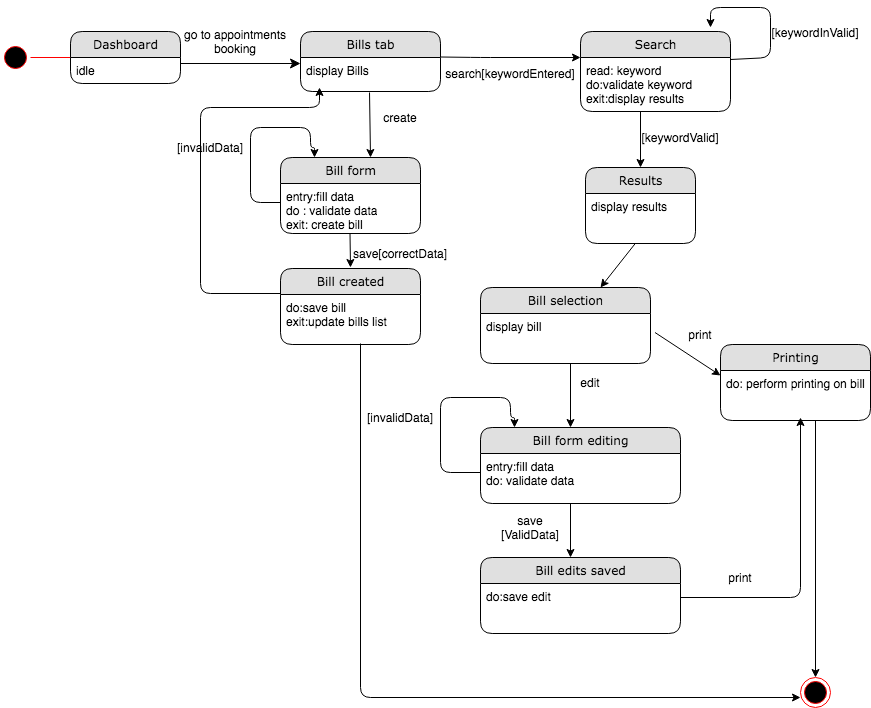
Earlier version of the draw.io export Diagrams/State Chart Diagrams FINAL/ST_31_32_33_34 GENERATE,CREATE,EDIT,PRINT BILL.png (kkasharaj17/SE-project). Source tidied: cells renumbered, new cells last; positions are measured from the earlier drawing's top-left corner, leaving out a move shared by most shapes.
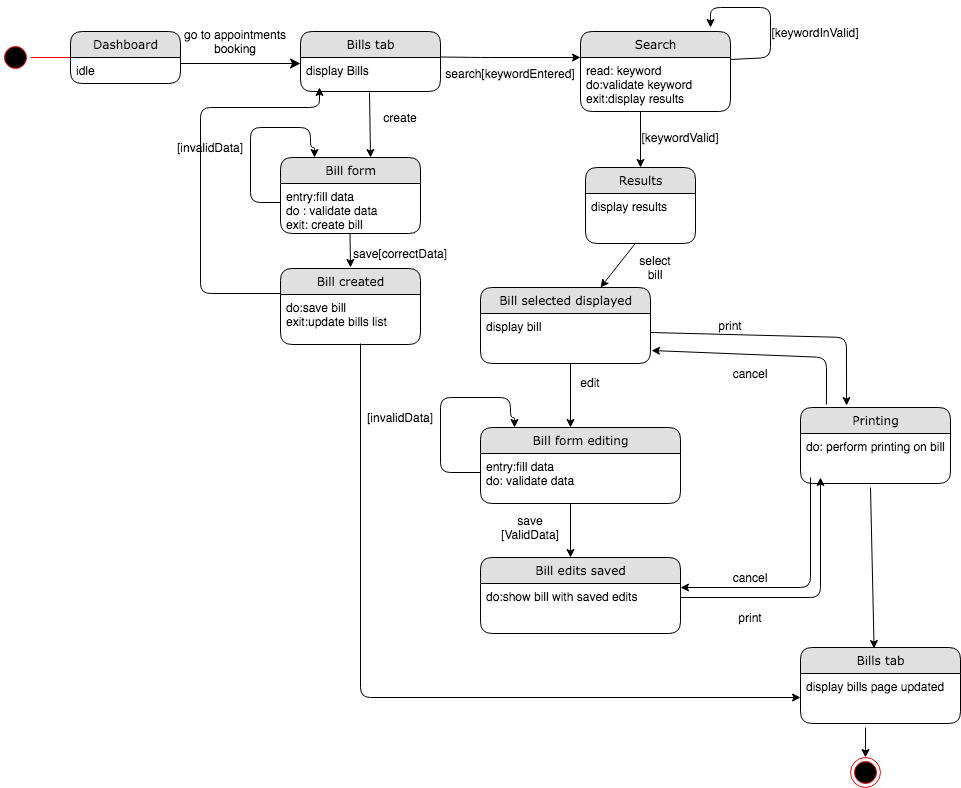
Above is the later version.

Diff of the diagram source:
```diff
@@ -12,7 +12,7 @@
       <mxGeometry x="470" y="56" width="80" height="20" as="geometry" />
     </mxCell>
     <mxCell id="4" style="ellipse;html=1;shape=endState;fillColor=#000000;strokeColor=#ff0000;" parent="1" vertex="1">
-      <mxGeometry x="800" y="670" width="30" height="30" as="geometry" />
+      <mxGeometry x="850" y="750" width="30" height="30" as="geometry" />
     </mxCell>
     <mxCell id="5" style="ellipse;html=1;shape=startState;fillColor=#000000;strokeColor=#ff0000;" parent="1" vertex="1">
       <mxGeometry y="35" width="30" height="30" as="geometry" />
@@ -76,9 +76,9 @@
     <mxCell id="19" value="edit" style="text;html=1;strokeColor=none;fillColor=none;align=center;verticalAlign=middle;whiteSpace=wrap;rounded=0;" parent="1" vertex="1">
       <mxGeometry x="570" y="365" width="40" height="20" as="geometry" />
     </mxCell>
-    <mxCell id="20" style="endArrow=classic;html=1;entryX=0.5;entryY=0;entryDx=0;entryDy=0;" parent="1" edge="1" target="4">
+    <mxCell id="20" style="endArrow=classic;html=1;entryX=0.46;entryY=0.013;entryDx=0;entryDy=0;entryPerimeter=0;" parent="1" edge="1" target="56">
       <mxGeometry relative="1" as="geometry">
-        <mxPoint x="815" y="413" as="sourcePoint" />
+        <mxPoint x="870" y="480" as="sourcePoint" />
       </mxGeometry>
     </mxCell>
     <mxCell id="21" value="Results" style="swimlane;html=1;fontStyle=0;horizontal=1;startSize=26;fillColor=#e0e0e0;swimlaneFillColor=#ffffff;align=center;rounded=1;shadow=0;comic=0;labelBackgroundColor=none;strokeWidth=1;fontFamily=Verdana;fontSize=12;" parent="1" vertex="1">
@@ -87,12 +87,15 @@
     <mxCell id="22" value="display results" style="text;html=1;strokeColor=none;fillColor=none;spacingLeft=4;spacingRight=4;whiteSpace=wrap;overflow=hidden;" parent="21" vertex="1">
       <mxGeometry y="26" width="110" height="34" as="geometry" />
     </mxCell>
-    <mxCell id="23" style="endArrow=classic;html=1;entryX=0;entryY=0.147;entryDx=0;entryDy=0;entryPerimeter=0;" parent="1" edge="1" target="36">
+    <mxCell id="23" style="endArrow=classic;html=1;entryX=0.307;entryY=-0.026;entryDx=0;entryDy=0;entryPerimeter=0;" parent="1" edge="1" target="35">
       <mxGeometry relative="1" as="geometry">
-        <mxPoint x="654.5" y="325" as="sourcePoint" />
+        <mxPoint x="650" y="325" as="sourcePoint" />
+        <Array as="points">
+          <mxPoint x="846" y="330" />
+        </Array>
       </mxGeometry>
     </mxCell>
-    <mxCell id="24" value="Bill selection" style="swimlane;html=1;fontStyle=0;horizontal=1;startSize=26;fillColor=#e0e0e0;swimlaneFillColor=#ffffff;align=center;rounded=1;shadow=0;comic=0;labelBackgroundColor=none;strokeWidth=1;fontFamily=Verdana;fontSize=12;" parent="1" vertex="1">
+    <mxCell id="24" value="Bill selected displayed" style="swimlane;html=1;fontStyle=0;horizontal=1;startSize=26;fillColor=#e0e0e0;swimlaneFillColor=#ffffff;align=center;rounded=1;shadow=0;comic=0;labelBackgroundColor=none;strokeWidth=1;fontFamily=Verdana;fontSize=12;" parent="1" vertex="1">
       <mxGeometry x="480" y="280" width="170" height="76" as="geometry" />
     </mxCell>
     <mxCell id="25" value="display bill&amp;nbsp;" style="text;html=1;strokeColor=none;fillColor=none;spacingLeft=4;spacingRight=4;whiteSpace=wrap;overflow=hidden;points=[[0,0.5],[1,0.5]];portConstraint=eastwest;" parent="24" vertex="1">
@@ -113,7 +116,7 @@
     <mxCell id="29" value="Bill edits saved" style="swimlane;html=1;fontStyle=0;horizontal=1;startSize=26;fillColor=#e0e0e0;swimlaneFillColor=#ffffff;align=center;rounded=1;shadow=0;comic=0;labelBackgroundColor=none;strokeWidth=1;fontFamily=Verdana;fontSize=12;" parent="1" vertex="1">
       <mxGeometry x="480" y="550" width="200" height="76" as="geometry" />
     </mxCell>
-    <mxCell id="30" value="do:save edit" style="text;html=1;strokeColor=none;fillColor=none;spacingLeft=4;spacingRight=4;whiteSpace=wrap;overflow=hidden;points=[[0,0.5],[1,0.5]];portConstraint=eastwest;" parent="29" vertex="1">
+    <mxCell id="30" value="do:show bill with saved edits" style="text;html=1;strokeColor=none;fillColor=none;spacingLeft=4;spacingRight=4;whiteSpace=wrap;overflow=hidden;points=[[0,0.5],[1,0.5]];portConstraint=eastwest;" parent="29" vertex="1">
       <mxGeometry y="26" width="200" height="34" as="geometry" />
     </mxCell>
     <mxCell id="31" style="edgeStyle=segmentEdgeStyle;endArrow=classic;html=1;" parent="1" edge="1" target="27">
@@ -140,23 +143,8 @@
         <mxPoint x="570" y="550" as="targetPoint" />
       </mxGeometry>
     </mxCell>
-    <mxCell id="35" value="Printing" style="swimlane;html=1;fontStyle=0;horizontal=1;startSize=26;fillColor=#e0e0e0;swimlaneFillColor=#ffffff;align=center;rounded=1;shadow=0;comic=0;labelBackgroundColor=none;strokeWidth=1;fontFamily=Verdana;fontSize=12;" parent="1" vertex="1">
-      <mxGeometry x="720" y="337" width="150" height="76" as="geometry" />
-    </mxCell>
-    <mxCell id="36" value="do: perform printing on bill" style="text;html=1;strokeColor=none;fillColor=none;spacingLeft=4;spacingRight=4;whiteSpace=wrap;overflow=hidden;points=[[0,0.5],[1,0.5]];portConstraint=eastwest;" parent="35" vertex="1">
-      <mxGeometry y="26" width="150" height="34" as="geometry" />
-    </mxCell>
-    <mxCell id="37" style="endArrow=classic;html=1;" parent="1" edge="1">
-      <mxGeometry relative="1" as="geometry">
-        <mxPoint x="680" y="590" as="sourcePoint" />
-        <mxPoint x="800" y="410" as="targetPoint" />
-        <Array as="points">
-          <mxPoint x="800" y="590" />
-        </Array>
-      </mxGeometry>
-    </mxCell>
     <mxCell id="38" value="print" style="text;html=1;strokeColor=none;fillColor=none;align=center;verticalAlign=middle;whiteSpace=wrap;rounded=0;" parent="1" vertex="1">
-      <mxGeometry x="720" y="560" width="40" height="20" as="geometry" />
+      <mxGeometry x="730" y="600" width="40" height="20" as="geometry" />
     </mxCell>
     <mxCell id="39" value="Bill created" style="swimlane;html=1;fontStyle=0;horizontal=1;startSize=26;fillColor=#e0e0e0;swimlaneFillColor=#ffffff;align=center;rounded=1;shadow=0;comic=0;labelBackgroundColor=none;strokeWidth=1;fontFamily=Verdana;fontSize=12;" parent="1" vertex="1">
       <mxGeometry x="280" y="261" width="140" height="76" as="geometry" />
@@ -216,7 +204,7 @@
       </mxGeometry>
     </mxCell>
     <mxCell id="50" value="print" style="text;html=1;strokeColor=none;fillColor=none;align=center;verticalAlign=middle;whiteSpace=wrap;rounded=0;" parent="1" vertex="1">
-      <mxGeometry x="680" y="317" width="40" height="20" as="geometry" />
+      <mxGeometry x="710" y="308" width="40" height="20" as="geometry" />
     </mxCell>
     <mxCell id="51" style="endArrow=classic;html=1;exitX=1;exitY=0.037;exitDx=0;exitDy=0;exitPerimeter=0;" parent="1" edge="1" source="15">
       <mxGeometry relative="1" as="geometry">
@@ -231,5 +219,56 @@
     <mxCell id="52" value="[keywordInValid]" style="text;html=1;strokeColor=none;fillColor=none;align=center;verticalAlign=middle;whiteSpace=wrap;rounded=0;" parent="1" vertex="1">
       <mxGeometry x="795" y="15" width="40" height="20" as="geometry" />
     </mxCell>
+    <mxCell id="53" value="select bill" style="text;html=1;strokeColor=none;fillColor=none;align=center;verticalAlign=middle;whiteSpace=wrap;rounded=0;" parent="1" vertex="1">
+      <mxGeometry x="635" y="250" width="40" height="20" as="geometry" />
+    </mxCell>
+    <mxCell id="35" value="Printing" style="swimlane;html=1;fontStyle=0;horizontal=1;startSize=26;fillColor=#e0e0e0;swimlaneFillColor=#ffffff;align=center;rounded=1;shadow=0;comic=0;labelBackgroundColor=none;strokeWidth=1;fontFamily=Verdana;fontSize=12;" parent="1" vertex="1">
+      <mxGeometry x="800" y="400" width="150" height="76" as="geometry" />
+    </mxCell>
+    <mxCell id="36" value="do: perform printing on bill" style="text;html=1;strokeColor=none;fillColor=none;spacingLeft=4;spacingRight=4;whiteSpace=wrap;overflow=hidden;points=[[0,0.5],[1,0.5]];portConstraint=eastwest;" parent="35" vertex="1">
+      <mxGeometry y="26" width="150" height="34" as="geometry" />
+    </mxCell>
+    <mxCell id="54" style="endArrow=classic;html=1;" parent="1" edge="1">
+      <mxGeometry relative="1" as="geometry">
+        <mxPoint x="680" y="590" as="sourcePoint" />
+        <mxPoint x="820" y="470" as="targetPoint" />
+        <Array as="points">
+          <mxPoint x="820" y="590" />
+        </Array>
+      </mxGeometry>
+    </mxCell>
+    <mxCell id="55" style="endArrow=classic;html=1;" parent="1" edge="1">
+      <mxGeometry relative="1" as="geometry">
+        <mxPoint x="865" y="720" as="sourcePoint" />
+        <mxPoint x="865" y="750" as="targetPoint" />
+      </mxGeometry>
+    </mxCell>
+    <mxCell id="56" value="Bills tab" style="swimlane;html=1;fontStyle=0;horizontal=1;startSize=26;fillColor=#e0e0e0;swimlaneFillColor=#ffffff;align=center;rounded=1;shadow=0;comic=0;labelBackgroundColor=none;strokeWidth=1;fontFamily=Verdana;fontSize=12;" parent="1" vertex="1">
+      <mxGeometry x="800" y="640" width="160" height="76" as="geometry" />
+    </mxCell>
+    <mxCell id="57" value="display bills page updated&amp;nbsp;" style="text;html=1;strokeColor=none;fillColor=none;spacingLeft=4;spacingRight=4;whiteSpace=wrap;overflow=hidden;" parent="56" vertex="1">
+      <mxGeometry y="26" width="160" height="34" as="geometry" />
+    </mxCell>
+    <mxCell id="58" style="endArrow=classic;html=1;exitX=0.173;exitY=-0.039;exitDx=0;exitDy=0;exitPerimeter=0;entryX=1.006;entryY=1.088;entryDx=0;entryDy=0;entryPerimeter=0;" parent="1" edge="1" source="35" target="25">
+      <mxGeometry relative="1" as="geometry">
+        <Array as="points">
+          <mxPoint x="826" y="350" />
+        </Array>
+      </mxGeometry>
+    </mxCell>
+    <mxCell id="59" value="cancel" style="text;html=1;strokeColor=none;fillColor=none;align=center;verticalAlign=middle;whiteSpace=wrap;rounded=0;" parent="1" vertex="1">
+      <mxGeometry x="730" y="356" width="40" height="20" as="geometry" />
+    </mxCell>
+    <mxCell id="60" value="cancel" style="text;html=1;strokeColor=none;fillColor=none;align=center;verticalAlign=middle;whiteSpace=wrap;rounded=0;" parent="1" vertex="1">
+      <mxGeometry x="730" y="560" width="40" height="20" as="geometry" />
+    </mxCell>
+    <mxCell id="61" style="endArrow=classic;html=1;entryX=1;entryY=0.118;entryDx=0;entryDy=0;entryPerimeter=0;" parent="1" edge="1" target="30">
+      <mxGeometry relative="1" as="geometry">
+        <mxPoint x="810" y="470" as="sourcePoint" />
+        <Array as="points">
+          <mxPoint x="810" y="580" />
+        </Array>
+      </mxGeometry>
+    </mxCell>
   </root>
 </mxGraphModel>
```
